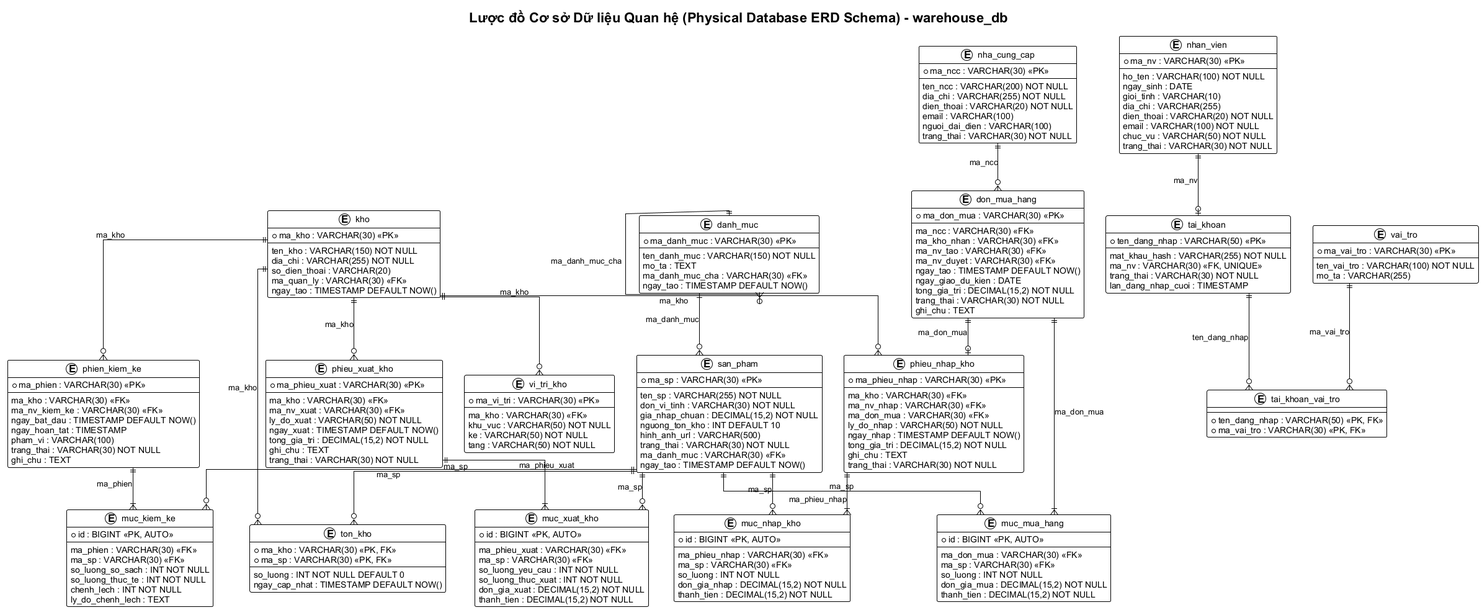
vuhoabinh2416137/G8_Quanlysanphamvakhohang keeps this PlantUML diagram as BTL-QuanLyKhoHang/diagrams/database-design.png. Above is the earlier version.
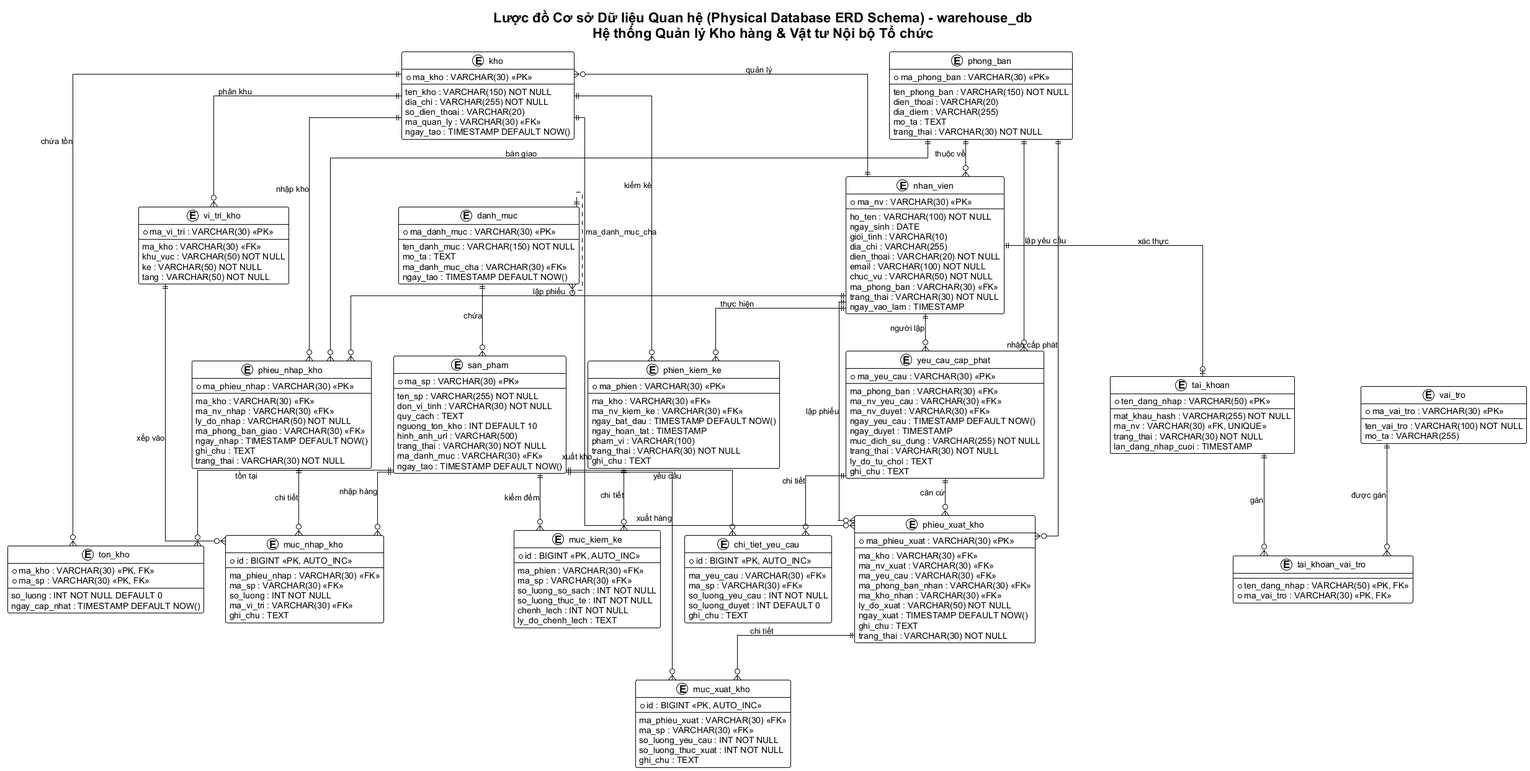
After the commit.

Diff of the diagram source:
```diff
@@ -4,7 +4,7 @@
 skinparam roundcorner 5
 skinparam defaultFontName "Arial"
 
-title Lược đồ Cơ sở Dữ liệu Quan hệ (Physical Database ERD Schema) - warehouse_db
+title Lược đồ Cơ sở Dữ liệu Quan hệ (Physical Database ERD Schema) - warehouse_db\nHệ thống Quản lý Kho hàng & Vật tư Nội bộ Tổ chức
 
 entity "danh_muc" as tb_danhmuc {
     * ma_danh_muc : VARCHAR(30) <<PK>>
@@ -20,12 +20,58 @@
     --
     ten_sp : VARCHAR(255) NOT NULL
     don_vi_tinh : VARCHAR(30) NOT NULL
-    gia_nhap_chuan : DECIMAL(15,2) NOT NULL
+    quy_cach : TEXT
     nguong_ton_kho : INT DEFAULT 10
     hinh_anh_url : VARCHAR(500)
     trang_thai : VARCHAR(30) NOT NULL
     ma_danh_muc : VARCHAR(30) <<FK>>
     ngay_tao : TIMESTAMP DEFAULT NOW()
+}
+
+entity "phong_ban" as tb_phongban {
+    * ma_phong_ban : VARCHAR(30) <<PK>>
+    --
+    ten_phong_ban : VARCHAR(150) NOT NULL
+    dien_thoai : VARCHAR(20)
+    dia_diem : VARCHAR(255)
+    mo_ta : TEXT
+    trang_thai : VARCHAR(30) NOT NULL
+}
+
+entity "nhan_vien" as tb_nv {
+    * ma_nv : VARCHAR(30) <<PK>>
+    --
+    ho_ten : VARCHAR(100) NOT NULL
+    ngay_sinh : DATE
+    gioi_tinh : VARCHAR(10)
+    dia_chi : VARCHAR(255)
+    dien_thoai : VARCHAR(20) NOT NULL
+    email : VARCHAR(100) NOT NULL
+    chuc_vu : VARCHAR(50) NOT NULL
+    ma_phong_ban : VARCHAR(30) <<FK>>
+    trang_thai : VARCHAR(30) NOT NULL
+    ngay_vao_lam : TIMESTAMP
+}
+
+entity "tai_khoan" as tb_tk {
+    * ten_dang_nhap : VARCHAR(50) <<PK>>
+    --
+    mat_khau_hash : VARCHAR(255) NOT NULL
+    ma_nv : VARCHAR(30) <<FK, UNIQUE>>
+    trang_thai : VARCHAR(30) NOT NULL
+    lan_dang_nhap_cuoi : TIMESTAMP
+}
+
+entity "vai_tro" as tb_vaitro {
+    * ma_vai_tro : VARCHAR(30) <<PK>>
+    --
+    ten_vai_tro : VARCHAR(100) NOT NULL
+    mo_ta : VARCHAR(255)
+}
+
+entity "tai_khoan_vai_tro" as tb_tk_vt {
+    * ten_dang_nhap : VARCHAR(50) <<PK, FK>>
+    * ma_vai_tro : VARCHAR(30) <<PK, FK>>
 }
 
 entity "kho" as tb_kho {
@@ -55,73 +101,28 @@
     ngay_cap_nhat : TIMESTAMP DEFAULT NOW()
 }
 
-entity "nha_cung_cap" as tb_ncc {
-    * ma_ncc : VARCHAR(30) <<PK>>
+entity "yeu_cau_cap_phat" as tb_yccp {
+    * ma_yeu_cau : VARCHAR(30) <<PK>>
     --
-    ten_ncc : VARCHAR(200) NOT NULL
-    dia_chi : VARCHAR(255) NOT NULL
-    dien_thoai : VARCHAR(20) NOT NULL
-    email : VARCHAR(100)
-    nguoi_dai_dien : VARCHAR(100)
+    ma_phong_ban : VARCHAR(30) <<FK>>
+    ma_nv_yeu_cau : VARCHAR(30) <<FK>>
+    ma_nv_duyet : VARCHAR(30) <<FK>>
+    ngay_yeu_cau : TIMESTAMP DEFAULT NOW()
+    ngay_duyet : TIMESTAMP
+    muc_dich_su_dung : VARCHAR(255) NOT NULL
     trang_thai : VARCHAR(30) NOT NULL
-}
-
-entity "nhan_vien" as tb_nv {
-    * ma_nv : VARCHAR(30) <<PK>>
-    --
-    ho_ten : VARCHAR(100) NOT NULL
-    ngay_sinh : DATE
-    gioi_tinh : VARCHAR(10)
-    dia_chi : VARCHAR(255)
-    dien_thoai : VARCHAR(20) NOT NULL
-    email : VARCHAR(100) NOT NULL
-    chuc_vu : VARCHAR(50) NOT NULL
-    trang_thai : VARCHAR(30) NOT NULL
-}
-
-entity "tai_khoan" as tb_tk {
-    * ten_dang_nhap : VARCHAR(50) <<PK>>
-    --
-    mat_khau_hash : VARCHAR(255) NOT NULL
-    ma_nv : VARCHAR(30) <<FK, UNIQUE>>
-    trang_thai : VARCHAR(30) NOT NULL
-    lan_dang_nhap_cuoi : TIMESTAMP
-}
-
-entity "vai_tro" as tb_vaitro {
-    * ma_vai_tro : VARCHAR(30) <<PK>>
-    --
-    ten_vai_tro : VARCHAR(100) NOT NULL
-    mo_ta : VARCHAR(255)
-}
-
-entity "tai_khoan_vai_tro" as tb_tk_vt {
-    * ten_dang_nhap : VARCHAR(50) <<PK, FK>>
-    * ma_vai_tro : VARCHAR(30) <<PK, FK>>
-}
-
-entity "don_mua_hang" as tb_po {
-    * ma_don_mua : VARCHAR(30) <<PK>>
-    --
-    ma_ncc : VARCHAR(30) <<FK>>
-    ma_kho_nhan : VARCHAR(30) <<FK>>
-    ma_nv_tao : VARCHAR(30) <<FK>>
-    ma_nv_duyet : VARCHAR(30) <<FK>>
-    ngay_tao : TIMESTAMP DEFAULT NOW()
-    ngay_giao_du_kien : DATE
-    tong_gia_tri : DECIMAL(15,2) NOT NULL
-    trang_thai : VARCHAR(30) NOT NULL
+    ly_do_tu_choi : TEXT
     ghi_chu : TEXT
 }
 
-entity "muc_mua_hang" as tb_muc_po {
-    * id : BIGINT <<PK, AUTO>>
+entity "chi_tiet_yeu_cau" as tb_ctyc {
+    * id : BIGINT <<PK, AUTO_INC>>
     --
-    ma_don_mua : VARCHAR(30) <<FK>>
+    ma_yeu_cau : VARCHAR(30) <<FK>>
     ma_sp : VARCHAR(30) <<FK>>
-    so_luong : INT NOT NULL
-    don_gia_mua : DECIMAL(15,2) NOT NULL
-    thanh_tien : DECIMAL(15,2) NOT NULL
+    so_luong_yeu_cau : INT NOT NULL
+    so_luong_duyet : INT DEFAULT 0
+    ghi_chu : TEXT
 }
 
 entity "phieu_nhap_kho" as tb_pnk {
@@ -129,22 +130,21 @@
     --
     ma_kho : VARCHAR(30) <<FK>>
     ma_nv_nhap : VARCHAR(30) <<FK>>
-    ma_don_mua : VARCHAR(30) <<FK>>
     ly_do_nhap : VARCHAR(50) NOT NULL
+    ma_phong_ban_giao : VARCHAR(30) <<FK>>
     ngay_nhap : TIMESTAMP DEFAULT NOW()
-    tong_gia_tri : DECIMAL(15,2) NOT NULL
     ghi_chu : TEXT
     trang_thai : VARCHAR(30) NOT NULL
 }
 
-entity "muc_nhap_kho" as tb_muc_pnk {
-    * id : BIGINT <<PK, AUTO>>
+entity "muc_nhap_kho" as tb_mucnhap {
+    * id : BIGINT <<PK, AUTO_INC>>
     --
     ma_phieu_nhap : VARCHAR(30) <<FK>>
     ma_sp : VARCHAR(30) <<FK>>
     so_luong : INT NOT NULL
-    don_gia_nhap : DECIMAL(15,2) NOT NULL
-    thanh_tien : DECIMAL(15,2) NOT NULL
+    ma_vi_tri : VARCHAR(30) <<FK>>
+    ghi_chu : TEXT
 }
 
 entity "phieu_xuat_kho" as tb_pxk {
@@ -152,22 +152,23 @@
     --
     ma_kho : VARCHAR(30) <<FK>>
     ma_nv_xuat : VARCHAR(30) <<FK>>
+    ma_yeu_cau : VARCHAR(30) <<FK>>
+    ma_phong_ban_nhan : VARCHAR(30) <<FK>>
+    ma_kho_nhan : VARCHAR(30) <<FK>>
     ly_do_xuat : VARCHAR(50) NOT NULL
     ngay_xuat : TIMESTAMP DEFAULT NOW()
-    tong_gia_tri : DECIMAL(15,2) NOT NULL
     ghi_chu : TEXT
     trang_thai : VARCHAR(30) NOT NULL
 }
 
-entity "muc_xuat_kho" as tb_muc_pxk {
-    * id : BIGINT <<PK, AUTO>>
+entity "muc_xuat_kho" as tb_mucxuat {
+    * id : BIGINT <<PK, AUTO_INC>>
     --
     ma_phieu_xuat : VARCHAR(30) <<FK>>
     ma_sp : VARCHAR(30) <<FK>>
     so_luong_yeu_cau : INT NOT NULL
     so_luong_thuc_xuat : INT NOT NULL
-    don_gia_xuat : DECIMAL(15,2) NOT NULL
-    thanh_tien : DECIMAL(15,2) NOT NULL
+    ghi_chu : TEXT
 }
 
 entity "phien_kiem_ke" as tb_pkk {
@@ -182,8 +183,8 @@
     ghi_chu : TEXT
 }
 
-entity "muc_kiem_ke" as tb_muc_pkk {
-    * id : BIGINT <<PK, AUTO>>
+entity "muc_kiem_ke" as tb_muckk {
+    * id : BIGINT <<PK, AUTO_INC>>
     --
     ma_phien : VARCHAR(30) <<FK>>
     ma_sp : VARCHAR(30) <<FK>>
@@ -193,32 +194,40 @@
     ly_do_chenh_lech : TEXT
 }
 
-tb_danhmuc ||--o{ tb_danhmuc : "ma_danh_muc_cha"
-tb_danhmuc ||--o{ tb_sanpham : "ma_danh_muc"
+tb_danhmuc ||..o{ tb_danhmuc : "ma_danh_muc_cha"
+tb_danhmuc ||--o{ tb_sanpham : "chứa"
+tb_kho ||--o{ tb_vitri : "phân khu"
+tb_kho ||--o{ tb_tonkho : "chứa tồn"
+tb_sanpham ||--o{ tb_tonkho : "tồn tại"
 
-tb_kho ||--o{ tb_vitri : "ma_kho"
-tb_kho ||--o{ tb_tonkho : "ma_kho"
-tb_sanpham ||--o{ tb_tonkho : "ma_sp"
+tb_phongban ||--o{ tb_nv : "thuộc về"
+tb_nv ||--o| tb_tk : "xác thực"
+tb_tk ||--o{ tb_tk_vt : "gán"
+tb_vaitro ||--o{ tb_tk_vt : "được gán"
+tb_kho }o--|| tb_nv : "quản lý"
 
-tb_nv ||--o| tb_tk : "ma_nv"
-tb_tk ||--o{ tb_tk_vt : "ten_dang_nhap"
-tb_vaitro ||--o{ tb_tk_vt : "ma_vai_tro"
+tb_phongban ||--o{ tb_yccp : "lập yêu cầu"
+tb_yccp ||--o{ tb_ctyc : "chi tiết"
+tb_sanpham ||--o{ tb_ctyc : "yêu cầu"
+tb_nv ||--o{ tb_yccp : "người lập"
 
-tb_ncc ||--o{ tb_po : "ma_ncc"
-tb_po ||--|{ tb_muc_po : "ma_don_mua"
-tb_sanpham ||--o{ tb_muc_po : "ma_sp"
+tb_kho ||--o{ tb_pnk : "nhập kho"
+tb_nv ||--o{ tb_pnk : "lập phiếu"
+tb_phongban ||--o{ tb_pnk : "bàn giao"
+tb_pnk ||--o{ tb_mucnhap : "chi tiết"
+tb_sanpham ||--o{ tb_mucnhap : "nhập hàng"
+tb_vitri ||--o{ tb_mucnhap : "xếp vào"
 
-tb_kho ||--o{ tb_pnk : "ma_kho"
-tb_po ||--o| tb_pnk : "ma_don_mua"
-tb_pnk ||--|{ tb_muc_pnk : "ma_phieu_nhap"
-tb_sanpham ||--o{ tb_muc_pnk : "ma_sp"
+tb_kho ||--o{ tb_pxk : "xuất kho"
+tb_nv ||--o{ tb_pxk : "lập phiếu"
+tb_yccp ||--o{ tb_pxk : "căn cứ"
+tb_phongban ||--o{ tb_pxk : "nhận cấp phát"
+tb_pxk ||--o{ tb_mucxuat : "chi tiết"
+tb_sanpham ||--o{ tb_mucxuat : "xuất hàng"
 
-tb_kho ||--o{ tb_pxk : "ma_kho"
-tb_pxk ||--|{ tb_muc_pxk : "ma_phieu_xuat"
-tb_sanpham ||--o{ tb_muc_pxk : "ma_sp"
-
-tb_kho ||--o{ tb_pkk : "ma_kho"
-tb_pkk ||--|{ tb_muc_pkk : "ma_phien"
-tb_sanpham ||--o{ tb_muc_pkk : "ma_sp"
+tb_kho ||--o{ tb_pkk : "kiểm kê"
+tb_nv ||--o{ tb_pkk : "thực hiện"
+tb_pkk ||--o{ tb_muckk : "chi tiết"
+tb_sanpham ||--o{ tb_muckk : "kiểm đếm"
 
 @enduml
```
